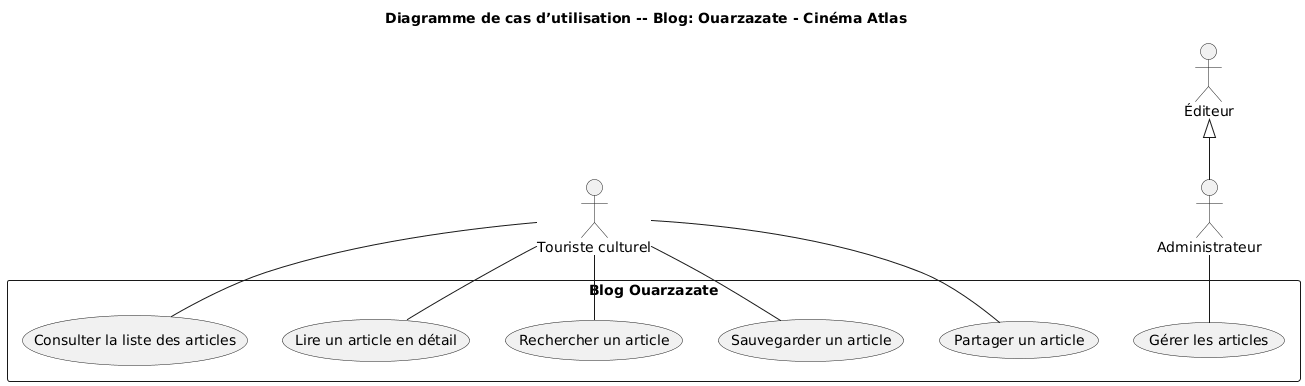
BENYEKHLEF-Anouar/Blog-Chefchaouen-Bleu-Durable keeps this PlantUML diagram as Rapport/images/Diagramme_cas_utilisation_Blog.png. Above is the earlier version.
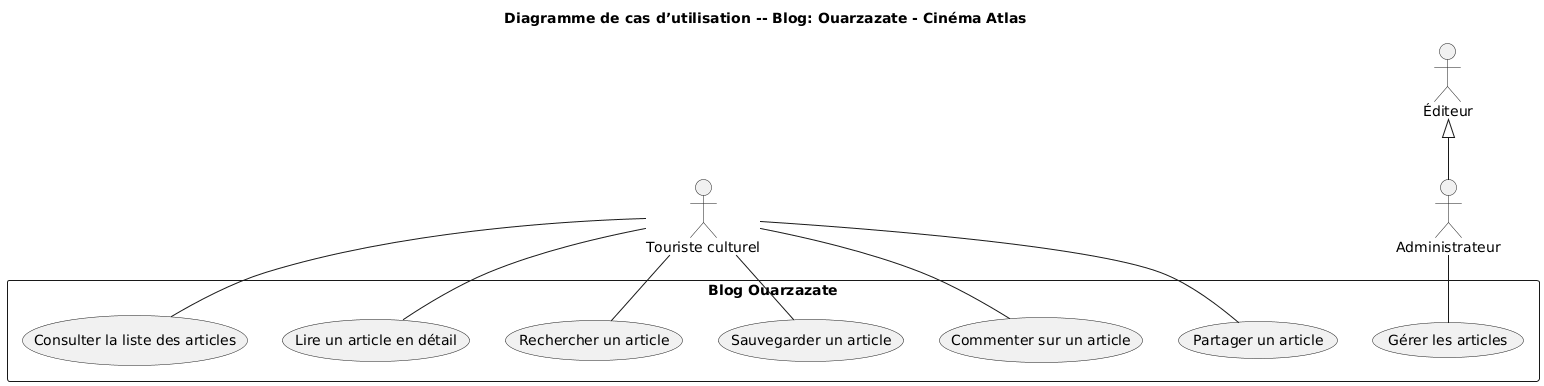
Later version of the same file.

What changed in the source:
```diff
@@ -11,6 +11,7 @@
   (Lire un article en détail) as UC2
   (Rechercher un article) as UC3
   (Sauvegarder un article) as UC4
+  (Commenter sur un article) as UC7
   (Partager un article) as UC5
   (Gérer les articles) as UC6
 }
@@ -20,6 +21,9 @@
 Touriste -- UC3
 Touriste -- UC4
 Touriste -- UC5
+Touriste -- UC7
+
+
 
 Admin -- UC6
 @enduml
```
